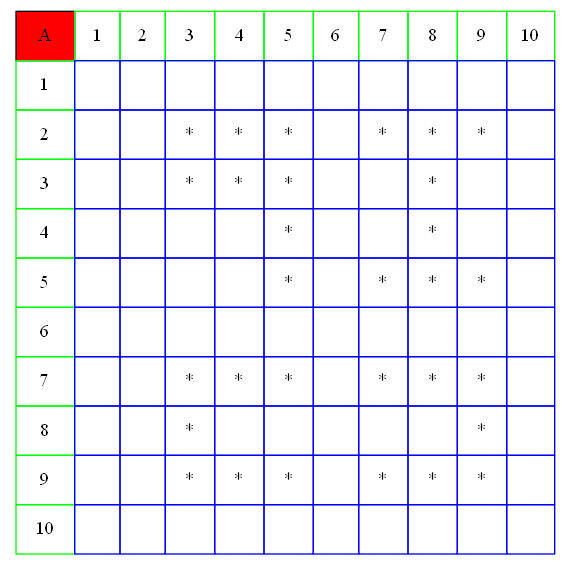
This is Resultado.dot.png from AbidelLux/Proyecto02_1S2021IPC2_JAMES, a Graphviz export, as it was before one commit. Its source is kept beside it as Resultado.dot.
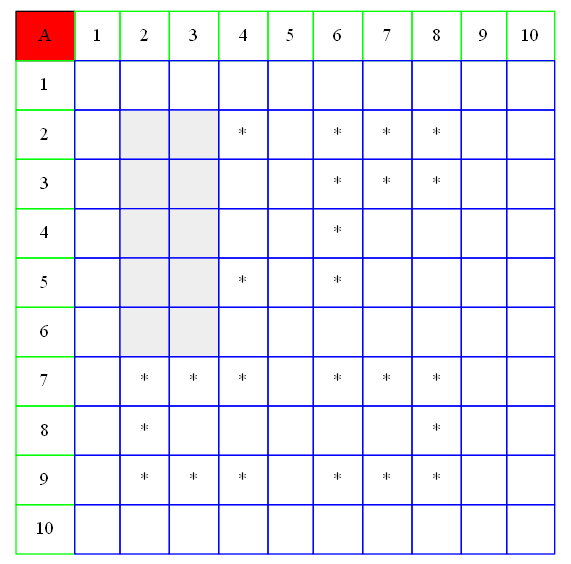
After the commit.

Change to the diagram source:
```diff
@@ -7,14 +7,14 @@
 		<table border="0" color="green" cellpadding="10" cellborder="1" cellspacing="0">
 	<tr><td bgcolor = "red" color="black"> A </td><td color="green">1</td><td color="green">2</td><td color="green">3</td><td color="green">4</td><td color="green">5</td><td color="green">6</td><td color="green">7</td><td color="green">8</td><td color="green">9</td><td color="green">10</td></tr>
 			<tr><td color="green"> 1 </td><td color="blue">   </td><td color="blue">   </td><td color="blue">   </td><td color="blue">   </td><td color="blue">   </td><td color="blue">   </td><td color="blue">   </td><td color="blue">   </td><td color="blue">   </td><td color="blue">   </td></tr>
-			<tr><td color="green"> 2 </td><td color="blue">   </td><td color="blue">   </td><td color="blue"> * </td><td color="blue"> * </td><td color="blue"> * </td><td color="blue">   </td><td color="blue"> * </td><td color="blue"> * </td><td color="blue"> * </td><td color="blue">   </td></tr>
-			<tr><td color="green"> 3 </td><td color="blue">   </td><td color="blue">   </td><td color="blue"> * </td><td color="blue"> * </td><td color="blue"> * </td><td color="blue">   </td><td color="blue">   </td><td color="blue"> * </td><td color="blue">   </td><td color="blue">   </td></tr>
-			<tr><td color="green"> 4 </td><td color="blue">   </td><td color="blue">   </td><td color="blue">   </td><td color="blue">   </td><td color="blue"> * </td><td color="blue">   </td><td color="blue">   </td><td color="blue"> * </td><td color="blue">   </td><td color="blue">   </td></tr>
-			<tr><td color="green"> 5 </td><td color="blue">   </td><td color="blue">   </td><td color="blue">   </td><td color="blue">   </td><td color="blue"> * </td><td color="blue">   </td><td color="blue"> * </td><td color="blue"> * </td><td color="blue"> * </td><td color="blue">   </td></tr>
-			<tr><td color="green"> 6 </td><td color="blue">   </td><td color="blue">   </td><td color="blue">   </td><td color="blue">   </td><td color="blue">   </td><td color="blue">   </td><td color="blue">   </td><td color="blue">   </td><td color="blue">   </td><td color="blue">   </td></tr>
-			<tr><td color="green"> 7 </td><td color="blue">   </td><td color="blue">   </td><td color="blue"> * </td><td color="blue"> * </td><td color="blue"> * </td><td color="blue">   </td><td color="blue"> * </td><td color="blue"> * </td><td color="blue"> * </td><td color="blue">   </td></tr>
-			<tr><td color="green"> 8 </td><td color="blue">   </td><td color="blue">   </td><td color="blue"> * </td><td color="blue">   </td><td color="blue">   </td><td color="blue">   </td><td color="blue">   </td><td color="blue">   </td><td color="blue"> * </td><td color="blue">   </td></tr>
-			<tr><td color="green"> 9 </td><td color="blue">   </td><td color="blue">   </td><td color="blue"> * </td><td color="blue"> * </td><td color="blue"> * </td><td color="blue">   </td><td color="blue"> * </td><td color="blue"> * </td><td color="blue"> * </td><td color="blue">   </td></tr>
+			<tr><td color="green"> 2 </td><td color="blue">   </td><td color="blue" bgcolor="#eeeeee">   </td><td color="blue" bgcolor="#eeeeee">   </td><td color="blue"> * </td><td color="blue">   </td><td color="blue"> * </td><td color="blue"> * </td><td color="blue"> * </td><td color="blue">   </td><td color="blue">   </td></tr>
+			<tr><td color="green"> 3 </td><td color="blue">   </td><td color="blue" bgcolor="#eeeeee">   </td><td color="blue" bgcolor="#eeeeee">   </td><td color="blue">   </td><td color="blue">   </td><td color="blue"> * </td><td color="blue"> * </td><td color="blue"> * </td><td color="blue">   </td><td color="blue">   </td></tr>
+			<tr><td color="green"> 4 </td><td color="blue">   </td><td color="blue" bgcolor="#eeeeee">   </td><td color="blue" bgcolor="#eeeeee">   </td><td color="blue">   </td><td color="blue">   </td><td color="blue"> * </td><td color="blue">   </td><td color="blue">   </td><td color="blue">   </td><td color="blue">   </td></tr>
+			<tr><td color="green"> 5 </td><td color="blue">   </td><td color="blue" bgcolor="#eeeeee">   </td><td color="blue" bgcolor="#eeeeee">   </td><td color="blue"> * </td><td color="blue">   </td><td color="blue"> * </td><td color="blue">   </td><td color="blue">   </td><td color="blue">   </td><td color="blue">   </td></tr>
+			<tr><td color="green"> 6 </td><td color="blue">   </td><td color="blue" bgcolor="#eeeeee">   </td><td color="blue" bgcolor="#eeeeee">   </td><td color="blue">   </td><td color="blue">   </td><td color="blue">   </td><td color="blue">   </td><td color="blue">   </td><td color="blue">   </td><td color="blue">   </td></tr>
+			<tr><td color="green"> 7 </td><td color="blue">   </td><td color="blue"> * </td><td color="blue"> * </td><td color="blue"> * </td><td color="blue">   </td><td color="blue"> * </td><td color="blue"> * </td><td color="blue"> * </td><td color="blue">   </td><td color="blue">   </td></tr>
+			<tr><td color="green"> 8 </td><td color="blue">   </td><td color="blue"> * </td><td color="blue">   </td><td color="blue">   </td><td color="blue">   </td><td color="blue">   </td><td color="blue">   </td><td color="blue"> * </td><td color="blue">   </td><td color="blue">   </td></tr>
+			<tr><td color="green"> 9 </td><td color="blue">   </td><td color="blue"> * </td><td color="blue"> * </td><td color="blue"> * </td><td color="blue">   </td><td color="blue"> * </td><td color="blue"> * </td><td color="blue"> * </td><td color="blue">   </td><td color="blue">   </td></tr>
 			<tr><td color="green"> 10 </td><td color="blue">   </td><td color="blue">   </td><td color="blue">   </td><td color="blue">   </td><td color="blue">   </td><td color="blue">   </td><td color="blue">   </td><td color="blue">   </td><td color="blue">   </td><td color="blue">   </td></tr>
 			</table>
 		>];
```
